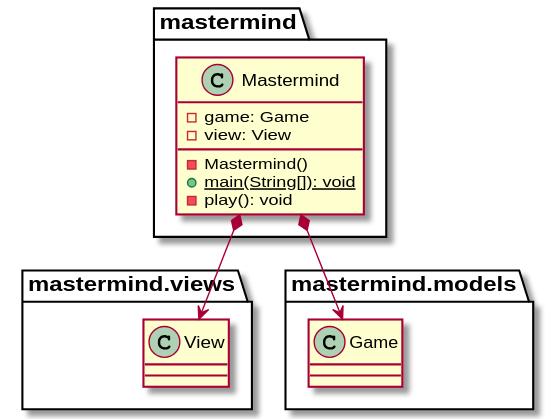
Before: documentView/console/docs/diagrams/out/paquetes/mastermind.svg, a diagram exported from PlantUML (SantaTecla-mastermind/solution.java.swing.socket.sql).
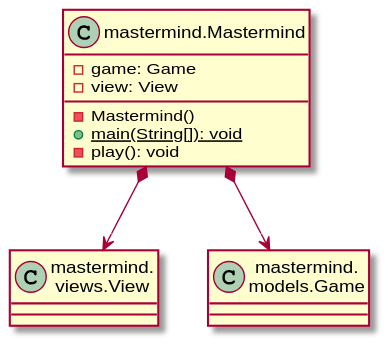
The same file after the commit.

Change to the diagram source:
```diff
@@ -1,11 +1,14 @@
 @startuml
-class  mastermind.Mastermind{
+class  Mastermind as "mastermind.Mastermind"{
 - game: Game
 - view: View
 - Mastermind()
 + {static} main(String[]): void
 - play(): void
 }
-mastermind.Mastermind *-down-> mastermind.views.View
-mastermind.Mastermind *-down-> mastermind.models.Game
+
+class View as "mastermind.\nviews.View"{}
+class Game as "mastermind.\nmodels.Game"{}
+Mastermind *-down-> View
+Mastermind *-down-> Game
 @enduml
```
